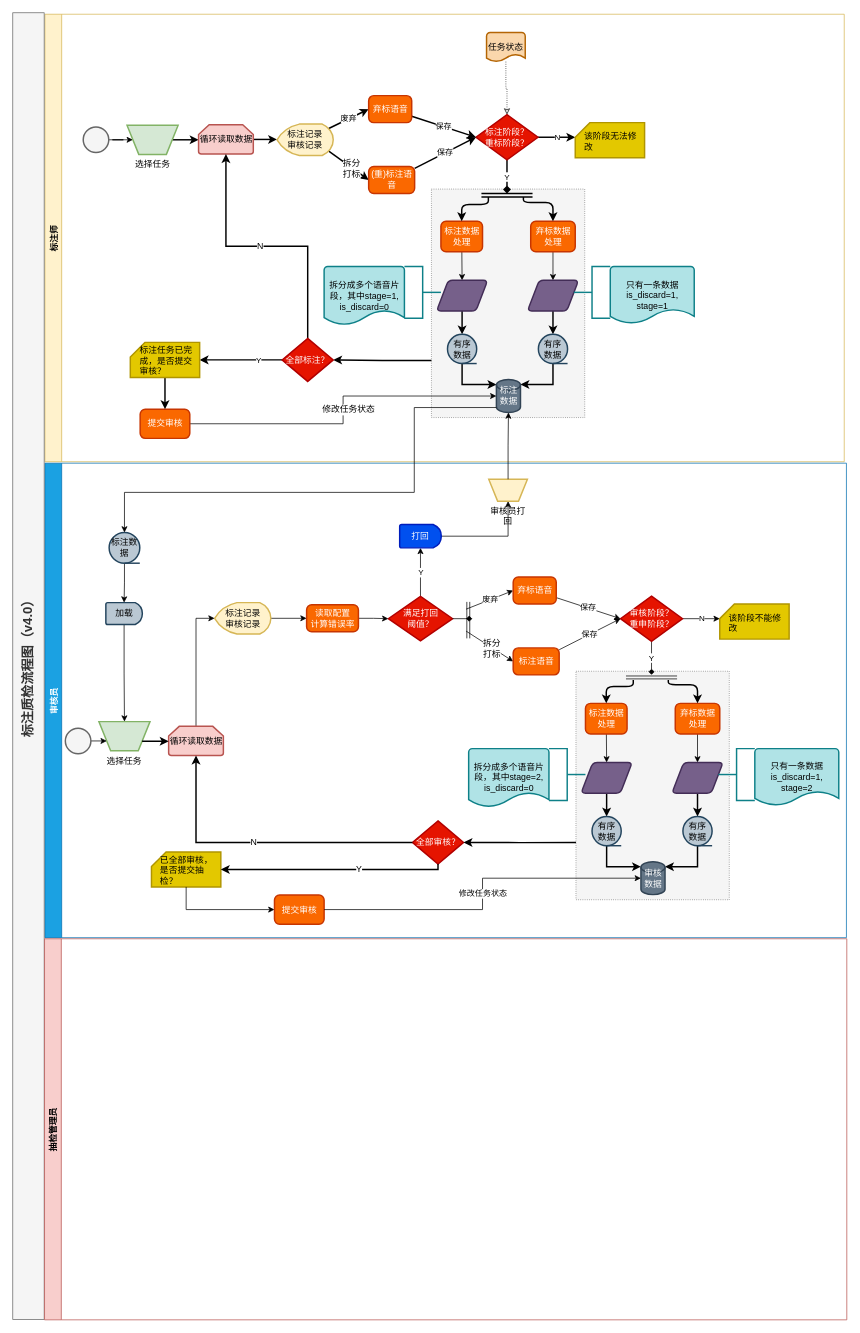
This is 标注完整流程图.drawio from gumuqi/draw.io, a draw.io file, before an edit. Source tidied: cells renumbered, new cells numbered last; positions are measured from the earlier drawing's top-left corner, leaving out a move shared by most shapes. Both pictures are drawn from the tidied source at 73%, with x=0, y=0 at pixel (12, -162).
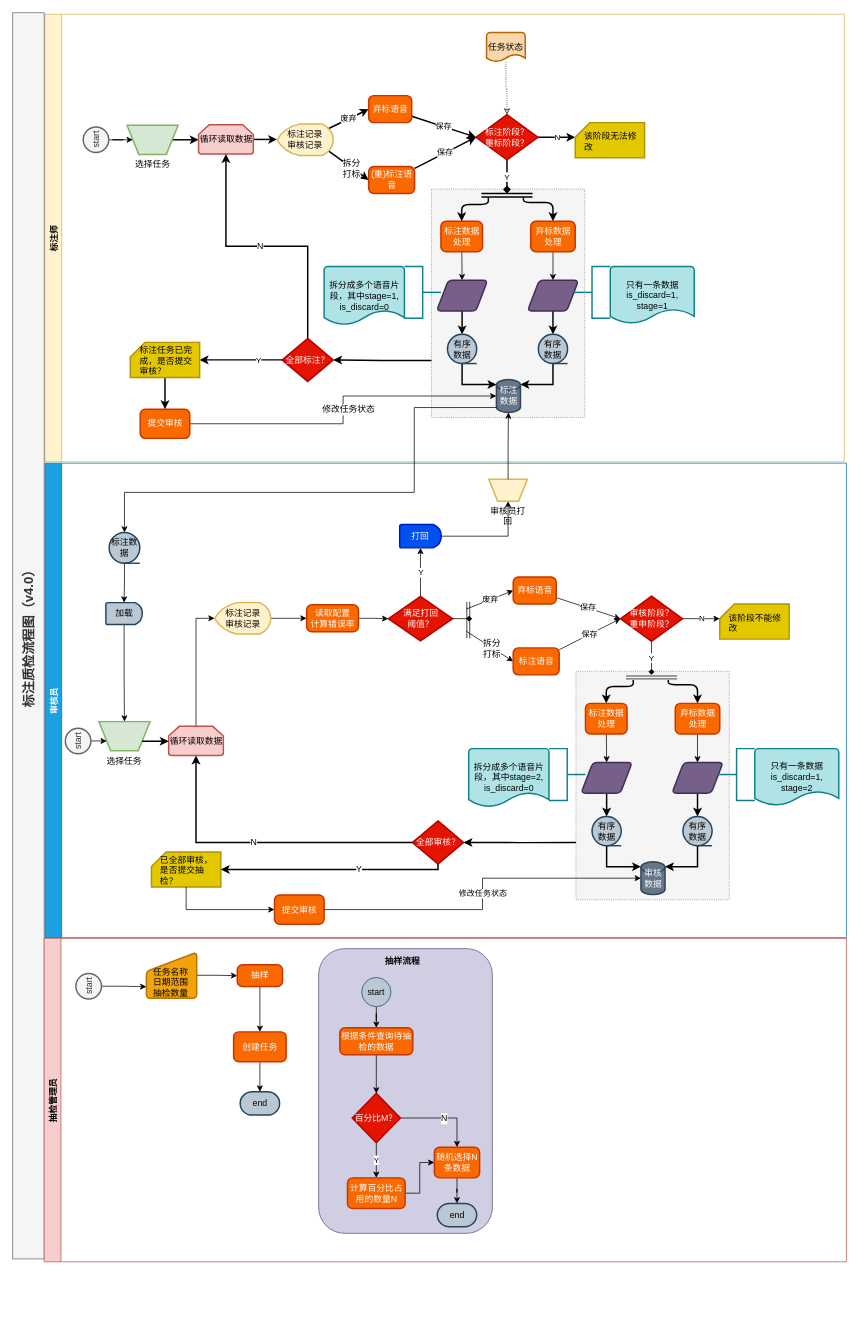
After the change.

Commit message (it also covers changes not shown here):
更新标注完整流程图.drawio

Unchanged cells that the change refers to:
```xml
<mxCell id="2" value="标注师" style="swimlane;fillColor=#fff2cc;strokeColor=#d6b656;rotation=-90;" parent="1" vertex="1">
  <mxGeometry x="285" width="613" height="1095" as="geometry" />
</mxCell>
<mxCell id="54" value="审核员" style="swimlane;fillColor=#1ba1e2;strokeColor=#006EAF;rotation=-90;fontColor=#ffffff;" parent="1" vertex="1">
  <mxGeometry x="268" y="632" width="650" height="1098" as="geometry" />
</mxCell>
```

Change to the diagram source:
```diff
@@
-    <mxCell id="6" style="strokeWidth=2;html=1;shape=mxgraph.flowchart.start_2;whiteSpace=wrap;rotation=-90;fillColor=#f5f5f5;strokeColor=#666666;fontColor=#333333;" parent="2" vertex="1">
+    <mxCell id="6" value="start" style="strokeWidth=2;html=1;shape=mxgraph.flowchart.start_2;whiteSpace=wrap;rotation=-90;fillColor=#f5f5f5;strokeColor=#666666;fontColor=#333333;" parent="2" vertex="1">
       <mxGeometry x="-188.5" y="395.5" width="35" height="35" as="geometry" />
     </mxCell>
@@
-    <mxCell id="69" style="strokeWidth=2;html=1;shape=mxgraph.flowchart.start_2;whiteSpace=wrap;rotation=-90;fillColor=#f5f5f5;strokeColor=#666666;fontColor=#333333;" parent="54" vertex="1">
+    <mxCell id="69" value="start" style="strokeWidth=2;html=1;shape=mxgraph.flowchart.start_2;whiteSpace=wrap;rotation=-90;fillColor=#f5f5f5;strokeColor=#666666;fontColor=#333333;horizontal=1;" parent="54" vertex="1">
       <mxGeometry x="-196" y="587" width="35" height="35" as="geometry" />
     </mxCell>
@@
     <mxCell id="118" value="&lt;b style=&quot;font-size: 18px&quot;&gt;标注质检流程图（v4.0）&lt;br&gt;&lt;/b&gt;" style="rounded=0;whiteSpace=wrap;html=1;fillColor=#f5f5f5;align=center;verticalAlign=middle;horizontal=0;strokeColor=#666666;fontColor=#333333;" parent="1" vertex="1">
-      <mxGeometry y="239" width="43" height="1790" as="geometry" />
+      <mxGeometry y="239" width="43" height="1707" as="geometry" />
     </mxCell>
     <mxCell id="119" value="抽检管理员" style="swimlane;fillColor=#f8cecc;strokeColor=#b85450;rotation=-90;" parent="1" vertex="1">
-      <mxGeometry x="332" y="1219" width="522" height="1099" as="geometry" />
+      <mxGeometry x="371" y="1179" width="443" height="1099" as="geometry" />
     </mxCell>
+    <mxCell id="126" style="rounded=1;whiteSpace=wrap;html=1;fillColor=#d0cee2;strokeColor=#56517e;" parent="119" vertex="1">
+      <mxGeometry x="48" y="342" width="238" height="390" as="geometry" />
+    </mxCell>
+    <mxCell id="127" style="edgeStyle=orthogonalEdgeStyle;rounded=0;jettySize=auto;html=1;entryX=0;entryY=0.5;entryDx=0;entryDy=0;endArrow=classic;endFill=1;strokeWidth=1;" parent="119" edge="1" source="128" target="132">
+      <mxGeometry relative="1" as="geometry" />
+    </mxCell>
+    <mxCell id="128" style="verticalLabelPosition=bottom;verticalAlign=top;html=1;strokeWidth=2;shape=manualInput;whiteSpace=wrap;rounded=1;size=26;arcSize=11;fillColor=#f0a30a;strokeColor=#BD7000;fontColor=#ffffff;" parent="119" vertex="1">
+      <mxGeometry x="-188" y="347" width="69" height="63" as="geometry" />
+    </mxCell>
+    <mxCell id="129" style="edgeStyle=orthogonalEdgeStyle;rounded=0;jettySize=auto;html=1;entryX=0;entryY=0.75;entryDx=0;entryDy=0;endArrow=classic;endFill=1;strokeWidth=1;" parent="119" edge="1" source="130" target="128">
+      <mxGeometry relative="1" as="geometry" />
+    </mxCell>
+    <mxCell id="130" value="start" style="strokeWidth=2;html=1;shape=mxgraph.flowchart.start_2;whiteSpace=wrap;rotation=-90;fillColor=#f5f5f5;strokeColor=#666666;fontColor=#333333;" parent="119" vertex="1">
+      <mxGeometry x="-284.5" y="376" width="35" height="35" as="geometry" />
+    </mxCell>
+    <mxCell id="131" style="edgeStyle=orthogonalEdgeStyle;rounded=0;jettySize=auto;html=1;entryX=0.5;entryY=0;entryDx=0;entryDy=0;endArrow=classic;endFill=1;strokeWidth=1;" parent="119" edge="1" source="132" target="134">
+      <mxGeometry relative="1" as="geometry" />
+    </mxCell>
+    <mxCell id="132" value="抽样" style="rounded=1;whiteSpace=wrap;html=1;absoluteArcSize=1;arcSize=14;strokeWidth=2;fillColor=#fa6800;strokeColor=#C73500;fontColor=#ffffff;" parent="119" vertex="1">
+      <mxGeometry x="-63.5" y="364" width="62" height="30" as="geometry" />
+    </mxCell>
+    <mxCell id="133" style="edgeStyle=orthogonalEdgeStyle;rounded=0;jettySize=auto;html=1;entryX=0.5;entryY=0;entryDx=0;entryDy=0;entryPerimeter=0;endArrow=classic;endFill=1;strokeWidth=1;" parent="119" edge="1" source="134" target="135">
+      <mxGeometry relative="1" as="geometry" />
+    </mxCell>
+    <mxCell id="134" value="创建任务" style="rounded=1;whiteSpace=wrap;html=1;absoluteArcSize=1;arcSize=14;strokeWidth=2;fillColor=#fa6800;strokeColor=#C73500;fontColor=#ffffff;" parent="119" vertex="1">
+      <mxGeometry x="-68.5" y="456" width="72" height="41" as="geometry" />
+    </mxCell>
+    <mxCell id="135" value="end" style="strokeWidth=2;html=1;shape=mxgraph.flowchart.terminator;whiteSpace=wrap;fillColor=#bac8d3;strokeColor=#23445d;horizontal=1;" parent="119" vertex="1">
+      <mxGeometry x="-59.5" y="538" width="54" height="32" as="geometry" />
+    </mxCell>
+    <mxCell id="136" value="任务名称&lt;br&gt;日期范围&lt;br&gt;抽检数量" style="text;html=1;strokeColor=none;fillColor=none;align=center;verticalAlign=middle;whiteSpace=wrap;rounded=0;" parent="119" vertex="1">
+      <mxGeometry x="-183" y="377.5" width="57" height="20" as="geometry" />
+    </mxCell>
+    <mxCell id="137" style="edgeStyle=orthogonalEdgeStyle;rounded=0;jettySize=auto;html=1;entryX=0.5;entryY=0;entryDx=0;entryDy=0;entryPerimeter=0;endArrow=classic;endFill=1;strokeWidth=1;" parent="119" edge="1" source="138">
+      <mxGeometry relative="1" as="geometry">
+        <mxPoint x="127" y="540.5" as="targetPoint" />
+      </mxGeometry>
+    </mxCell>
+    <mxCell id="138" value="根据条件查询待抽检的数据" style="rounded=1;whiteSpace=wrap;html=1;absoluteArcSize=1;arcSize=14;strokeWidth=2;fillColor=#fa6800;strokeColor=#C73500;fontColor=#ffffff;" parent="119" vertex="1">
+      <mxGeometry x="77" y="450.5" width="100" height="37" as="geometry" />
+    </mxCell>
+    <mxCell id="139" style="edgeStyle=orthogonalEdgeStyle;rounded=0;jettySize=auto;html=1;entryX=0;entryY=0.5;entryDx=0;entryDy=0;endArrow=classic;endFill=1;strokeWidth=1;" parent="119" edge="1" source="140" target="146">
+      <mxGeometry relative="1" as="geometry" />
+    </mxCell>
+    <mxCell id="140" value="计算百分比占用的数量N" style="rounded=1;whiteSpace=wrap;html=1;absoluteArcSize=1;arcSize=14;strokeWidth=2;fillColor=#fa6800;strokeColor=#C73500;fontColor=#ffffff;" parent="119" vertex="1">
+      <mxGeometry x="87.5" y="656" width="79" height="42" as="geometry" />
+    </mxCell>
+    <mxCell id="141" value="Y" style="edgeStyle=orthogonalEdgeStyle;rounded=0;jettySize=auto;html=1;entryX=0.5;entryY=0;entryDx=0;entryDy=0;endArrow=classic;endFill=1;strokeWidth=1;" parent="119" edge="1" source="144" target="140">
+      <mxGeometry relative="1" as="geometry" />
+    </mxCell>
+    <mxCell id="142" style="edgeStyle=orthogonalEdgeStyle;rounded=0;jettySize=auto;html=1;endArrow=classic;endFill=1;strokeWidth=1;" parent="119" edge="1" source="144" target="146">
+      <mxGeometry relative="1" as="geometry" />
+    </mxCell>
+    <mxCell id="143" value="N" style="text;html=1;align=center;verticalAlign=middle;labelBackgroundColor=#ffffff;" parent="142" vertex="1">
+      <mxGeometry relative="1" as="geometry" />
+    </mxCell>
+    <mxCell id="144" value="百分比M？" style="strokeWidth=2;html=1;shape=mxgraph.flowchart.decision;whiteSpace=wrap;fillColor=#e51400;strokeColor=#B20000;fontColor=#ffffff;" parent="119" vertex="1">
+      <mxGeometry x="94" y="540" width="66" height="68" as="geometry" />
+    </mxCell>
+    <mxCell id="145" style="edgeStyle=orthogonalEdgeStyle;rounded=0;jettySize=auto;html=1;entryX=0.5;entryY=0;entryDx=0;entryDy=0;entryPerimeter=0;endArrow=classic;endFill=1;strokeWidth=1;" parent="119" edge="1" source="146" target="147">
+      <mxGeometry relative="1" as="geometry" />
+    </mxCell>
+    <mxCell id="146" value="随机选择N条数据" style="rounded=1;whiteSpace=wrap;html=1;absoluteArcSize=1;arcSize=14;strokeWidth=2;fillColor=#fa6800;strokeColor=#C73500;fontColor=#ffffff;" parent="119" vertex="1">
+      <mxGeometry x="206.5" y="614" width="62" height="42" as="geometry" />
+    </mxCell>
+    <mxCell id="147" value="end" style="strokeWidth=2;html=1;shape=mxgraph.flowchart.terminator;whiteSpace=wrap;fillColor=#bac8d3;strokeColor=#23445d;horizontal=1;" parent="119" vertex="1">
+      <mxGeometry x="210.5" y="691" width="54" height="32" as="geometry" />
+    </mxCell>
+    <mxCell id="148" style="edgeStyle=orthogonalEdgeStyle;rounded=0;jettySize=auto;html=1;endArrow=classic;endFill=1;strokeWidth=1;" parent="119" edge="1" source="149" target="138">
+      <mxGeometry relative="1" as="geometry" />
+    </mxCell>
+    <mxCell id="149" value="start" style="ellipse;whiteSpace=wrap;html=1;fillColor=#bac8d3;strokeColor=#23445d;" parent="119" vertex="1">
+      <mxGeometry x="107" y="381.5" width="40" height="40" as="geometry" />
+    </mxCell>
+    <mxCell id="150" value="&lt;b&gt;抽样流程&lt;/b&gt;" style="text;html=1;strokeColor=none;fillColor=none;align=center;verticalAlign=middle;whiteSpace=wrap;rounded=0;" parent="119" vertex="1">
+      <mxGeometry x="120.5" y="350" width="84" height="20" as="geometry" />
+    </mxCell>
```
